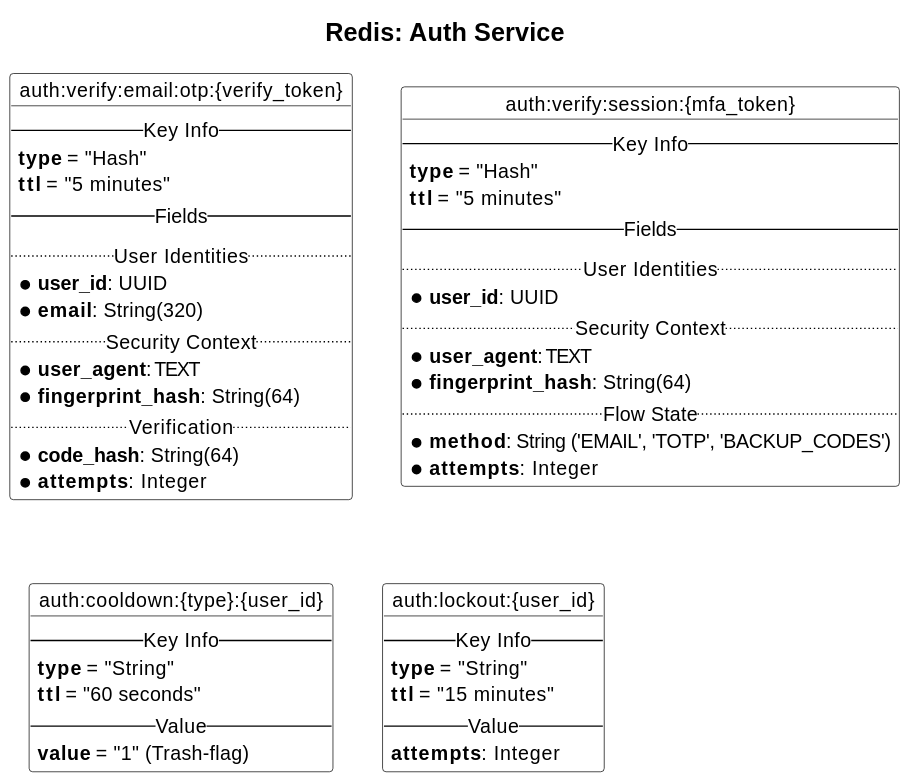
This is docs/charts/redis/01-auth-service/chart.svg from Mihyich/ShaderHub, a PlantUML export, as it was before one commit.
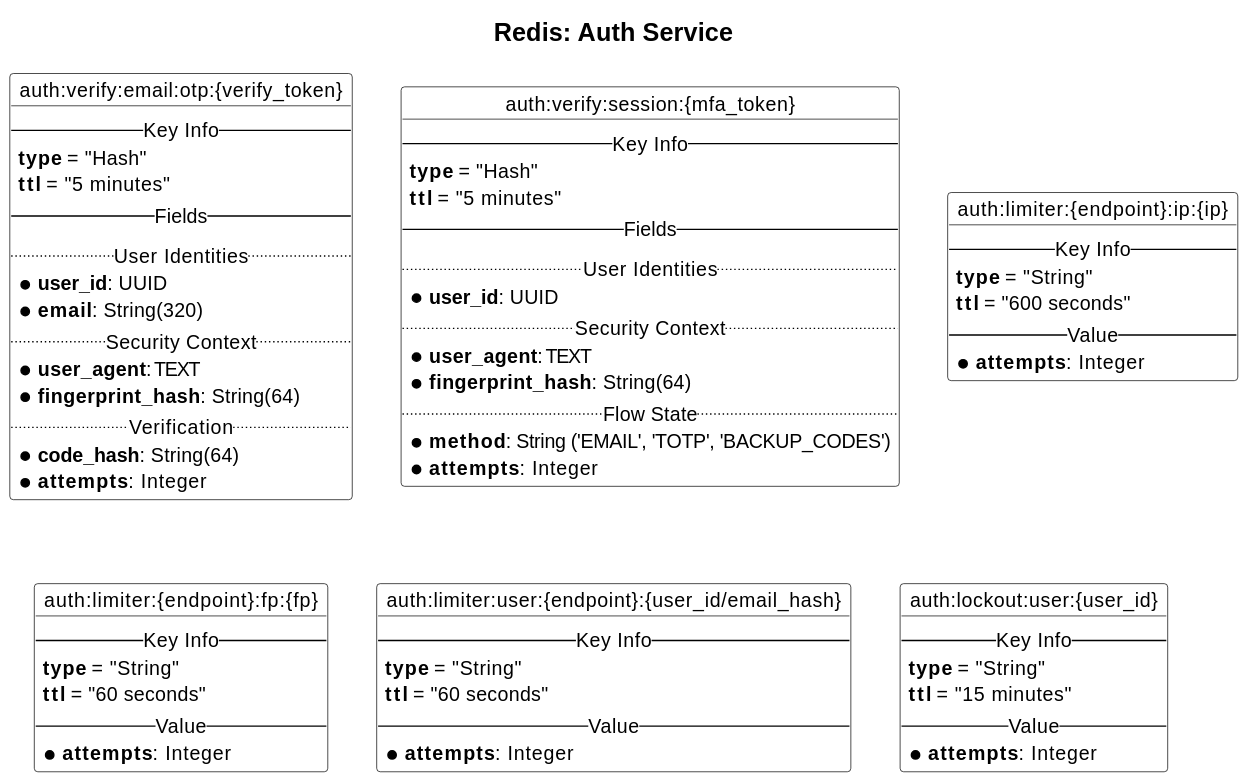
The same diagram one commit later.

Commit message:
Дополнительные request limits проверки

What changed in the source:
```diff
@@ -42,19 +42,35 @@
     * **attempts**: Integer
 }
 
-object "auth:cooldown:{type}:{user_id}" as Cooldown {
+object "auth:limiter:{endpoint}:ip:{ip}" as LimiterIp {
+    -- Key Info --
+    **type** = "String"
+    **ttl** = "600 seconds"
+    -- Value --
+    * **attempts**: Integer
+}
+
+object "auth:limiter:{endpoint}:fp:{fp}" as LimiterFP {
     -- Key Info --
     **type** = "String"
     **ttl** = "60 seconds"
     -- Value --
-    **value** = "1" (Trash-flag)
+    * **attempts**: Integer
 }
 
-object "auth:lockout:{user_id}" as Lockout {
+object "auth:limiter:user:{endpoint}:{user_id/email_hash}" as LimiterUser {
+    -- Key Info --
+    **type** = "String"
+    **ttl** = "60 seconds"
+    -- Value --
+    * **attempts**: Integer
+}
+
+object "auth:lockout:user:{user_id}" as Lockout {
     -- Key Info --
     **type** = "String"
     **ttl** = "15 minutes"
     -- Value --
-    **attempts**: Integer
+    * **attempts**: Integer
 }
 @enduml
```
